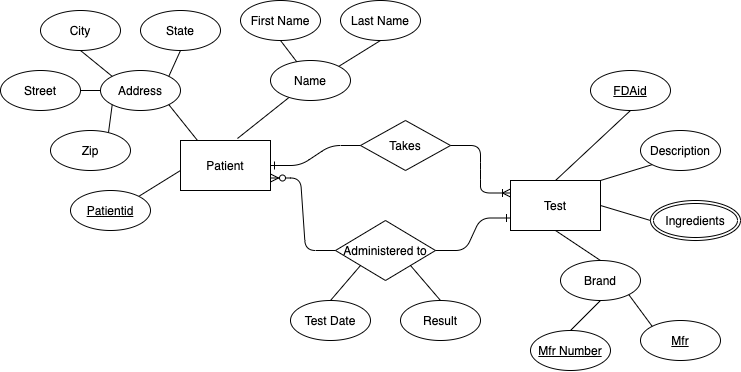
Earlier version of the draw.io export ER Diagrams/HW1_Q1.png (dayylmao/CS470_diagrams). Source tidied: cells renumbered, new cells last; positions are measured from the earlier drawing's top-left corner, leaving out a move shared by most shapes.
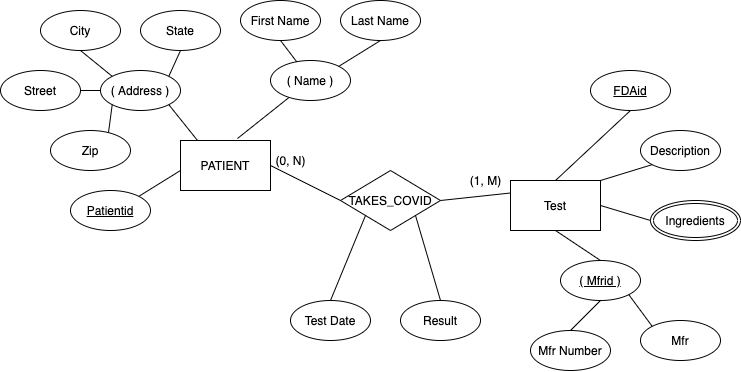
After the change.

What changed in the source:
```diff
@@ -2,13 +2,13 @@
   <root>
     <mxCell id="0" />
     <mxCell id="1" parent="0" />
-    <mxCell id="2" value="Patient" style="rounded=0;whiteSpace=wrap;html=1;" parent="1" vertex="1">
+    <mxCell id="2" value="PATIENT" style="rounded=0;whiteSpace=wrap;html=1;" parent="1" vertex="1">
       <mxGeometry x="180" y="140" width="90" height="50" as="geometry" />
     </mxCell>
     <mxCell id="3" style="endArrow=none;html=1;exitX=0.633;exitY=-0.04;exitDx=0;exitDy=0;exitPerimeter=0;" parent="1" edge="1" source="2" target="4">
       <mxGeometry relative="1" as="geometry" />
     </mxCell>
-    <mxCell id="4" value="Name" style="ellipse;whiteSpace=wrap;html=1;" parent="1" vertex="1">
+    <mxCell id="4" value="( Name )" style="ellipse;whiteSpace=wrap;html=1;" parent="1" vertex="1">
       <mxGeometry x="270" y="60" width="80" height="40" as="geometry" />
     </mxCell>
     <mxCell id="5" value="First Name" style="ellipse;whiteSpace=wrap;html=1;" parent="1" vertex="1">
@@ -23,7 +23,7 @@
     <mxCell id="8" style="endArrow=none;html=1;entryX=0.5;entryY=1;entryDx=0;entryDy=0;exitX=1;exitY=0;exitDx=0;exitDy=0;" parent="1" edge="1" source="4" target="6">
       <mxGeometry relative="1" as="geometry" />
     </mxCell>
-    <mxCell id="9" value="Address" style="ellipse;whiteSpace=wrap;html=1;" parent="1" vertex="1">
+    <mxCell id="9" value="( Address )" style="ellipse;whiteSpace=wrap;html=1;" parent="1" vertex="1">
       <mxGeometry x="100" y="70" width="80" height="40" as="geometry" />
     </mxCell>
     <mxCell id="10" value="Street" style="ellipse;whiteSpace=wrap;html=1;" parent="1" vertex="1">
@@ -70,33 +70,21 @@
     <mxCell id="23" value="Ingredients" style="ellipse;shape=doubleEllipse;margin=3;whiteSpace=wrap;html=1;align=center;" parent="1" vertex="1">
       <mxGeometry x="650" y="200" width="90" height="40" as="geometry" />
     </mxCell>
-    <mxCell id="24" value="&lt;u&gt;Mfr&lt;/u&gt;" style="ellipse;whiteSpace=wrap;html=1;" parent="1" vertex="1">
+    <mxCell id="24" value="Mfr" style="ellipse;whiteSpace=wrap;html=1;" parent="1" vertex="1">
       <mxGeometry x="640" y="320" width="80" height="40" as="geometry" />
     </mxCell>
-    <mxCell id="25" value="&lt;u&gt;Mfr Number&lt;/u&gt;" style="ellipse;whiteSpace=wrap;html=1;" parent="1" vertex="1">
+    <mxCell id="25" value="Mfr Number" style="ellipse;whiteSpace=wrap;html=1;" parent="1" vertex="1">
       <mxGeometry x="530" y="330" width="80" height="40" as="geometry" />
     </mxCell>
     <mxCell id="26" value="Description" style="ellipse;whiteSpace=wrap;html=1;" parent="1" vertex="1">
       <mxGeometry x="640" y="130" width="80" height="40" as="geometry" />
     </mxCell>
-    <mxCell id="27" value="Brand" style="ellipse;whiteSpace=wrap;html=1;" parent="1" vertex="1">
+    <mxCell id="27" value="&lt;u&gt;( Mfrid )&lt;/u&gt;" style="ellipse;whiteSpace=wrap;html=1;" parent="1" vertex="1">
       <mxGeometry x="560" y="260" width="80" height="40" as="geometry" />
     </mxCell>
-    <mxCell id="28" value="Takes" style="rhombus;whiteSpace=wrap;html=1;" parent="1" vertex="1">
-      <mxGeometry x="360" y="120" width="90" height="50" as="geometry" />
-    </mxCell>
-    <mxCell id="29" value="Administered to" style="rhombus;whiteSpace=wrap;html=1;" parent="1" vertex="1">
-      <mxGeometry x="335" y="220" width="100" height="60" as="geometry" />
+    <mxCell id="29" value="TAKES_COVID" style="rhombus;whiteSpace=wrap;html=1;" parent="1" vertex="1">
+      <mxGeometry x="340" y="170" width="100" height="60" as="geometry" />
     </mxCell>
-    <mxCell id="30" style="edgeStyle=entityRelationEdgeStyle;fontSize=12;html=1;endArrow=ERone;endFill=1;entryX=1;entryY=0.5;entryDx=0;entryDy=0;exitX=0;exitY=0.5;exitDx=0;exitDy=0;" parent="1" edge="1" source="28" target="2">
-      <mxGeometry relative="1" as="geometry" />
-    </mxCell>
-    <mxCell id="31" style="edgeStyle=entityRelationEdgeStyle;fontSize=12;html=1;endArrow=ERoneToMany;exitX=1;exitY=0.5;exitDx=0;exitDy=0;entryX=0;entryY=0.25;entryDx=0;entryDy=0;" parent="1" edge="1" source="28" target="21">
-      <mxGeometry relative="1" as="geometry" />
-    </mxCell>
-    <mxCell id="32" style="edgeStyle=entityRelationEdgeStyle;fontSize=12;html=1;endArrow=ERone;endFill=1;entryX=0;entryY=0.75;entryDx=0;entryDy=0;exitX=1;exitY=0.5;exitDx=0;exitDy=0;" parent="1" edge="1" source="29" target="21">
-      <mxGeometry relative="1" as="geometry" />
-    </mxCell>
     <mxCell id="33" value="Test Date" style="ellipse;whiteSpace=wrap;html=1;" parent="1" vertex="1">
       <mxGeometry x="290" y="300" width="80" height="40" as="geometry" />
     </mxCell>
@@ -127,8 +115,17 @@
     <mxCell id="42" style="endArrow=none;html=1;entryX=1;entryY=1;entryDx=0;entryDy=0;exitX=0;exitY=0;exitDx=0;exitDy=0;" parent="1" edge="1" source="24" target="27">
       <mxGeometry relative="1" as="geometry" />
     </mxCell>
-    <mxCell id="43" style="edgeStyle=entityRelationEdgeStyle;fontSize=12;html=1;endArrow=ERzeroToMany;endFill=1;exitX=0;exitY=0.5;exitDx=0;exitDy=0;entryX=1;entryY=0.75;entryDx=0;entryDy=0;" parent="1" edge="1" source="29" target="2">
-      <mxGeometry relative="1" as="geometry" />
-    </mxCell>
+    <mxCell id="44" style="endArrow=none;html=1;exitX=1;exitY=0.5;exitDx=0;exitDy=0;entryX=0;entryY=0.5;entryDx=0;entryDy=0;" parent="1" edge="1" source="2" target="29">
+      <mxGeometry relative="1" as="geometry" />
+    </mxCell>
+    <mxCell id="32" style="endArrow=none;html=1;exitX=1;exitY=0.5;exitDx=0;exitDy=0;entryX=0;entryY=0.25;entryDx=0;entryDy=0;" parent="1" edge="1" source="29" target="21">
+      <mxGeometry relative="1" as="geometry" />
+    </mxCell>
+    <mxCell id="45" value="(0, N)" style="text;html=1;align=center;verticalAlign=middle;" parent="1" vertex="1">
+      <mxGeometry x="265" y="150" width="50" height="20" as="geometry" />
+    </mxCell>
+    <mxCell id="46" value="(1, M)" style="text;html=1;align=center;verticalAlign=middle;" parent="1" vertex="1">
+      <mxGeometry x="460" y="170" width="50" height="20" as="geometry" />
+    </mxCell>
   </root>
 </mxGraphModel>
```
